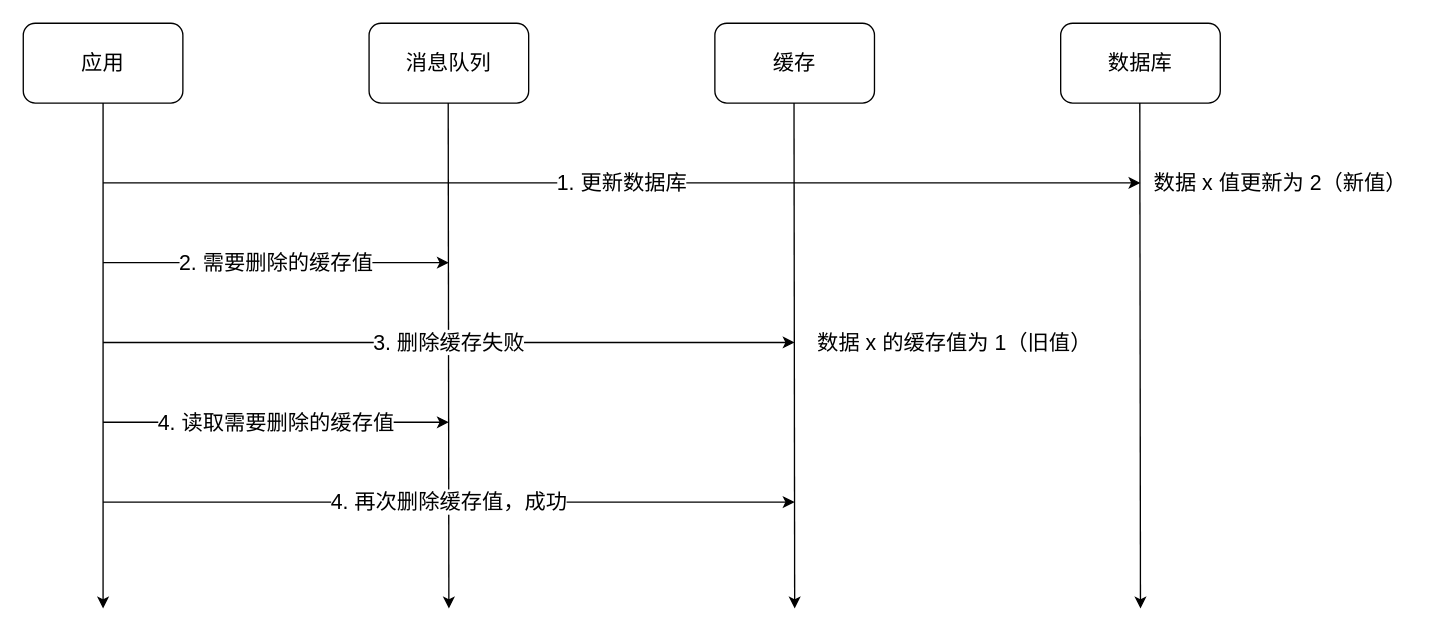
The draw.io diagram redis/缓存/删除缓存失败.drawio in xiaolincoder/ImageHost4, before the edit. Source tidied: cells renumbered, new cells numbered last; positions are measured from the earlier drawing's top-left corner, leaving out a move shared by most shapes. Both pictures are drawn from the tidied source at 133%, with x=0, y=0 at pixel (23, 23).
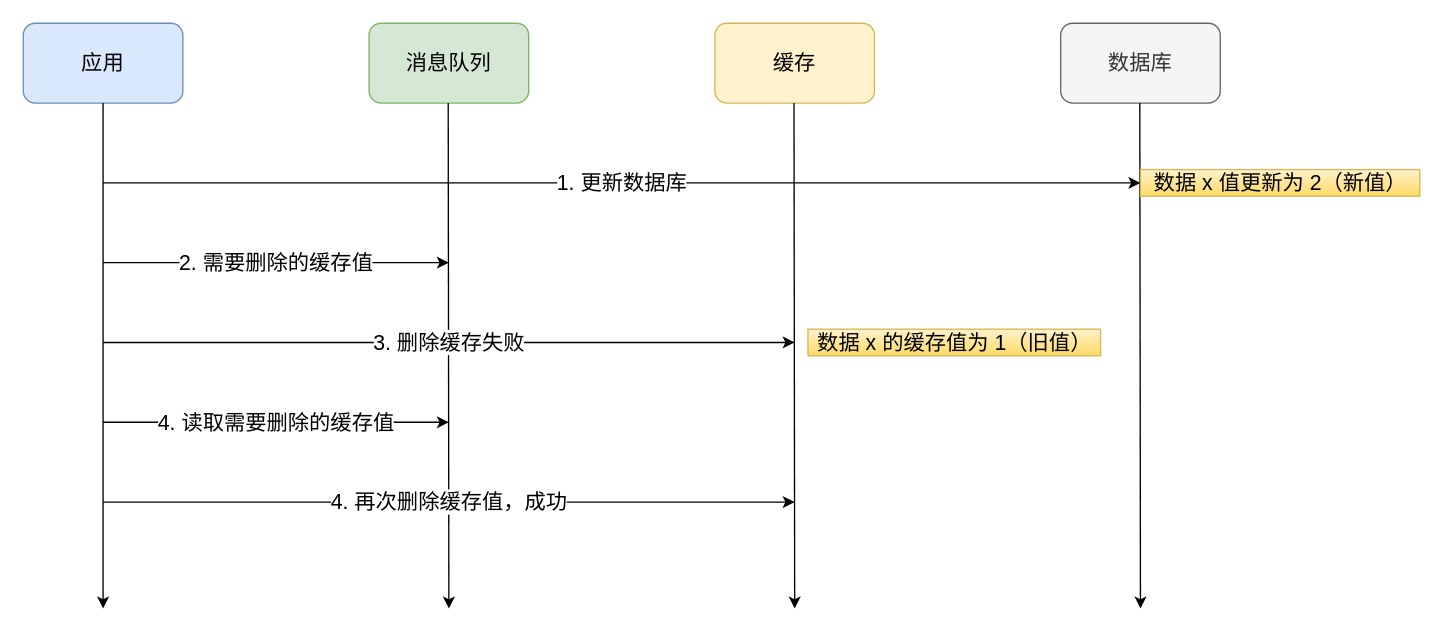
After the change.

Commit message (it also covers changes not shown here):
更新删除缓存失败.drawio

Change to the diagram source:
```diff
@@
-    <mxCell id="2" value="应用" style="rounded=1;whiteSpace=wrap;html=1;fontSize=16;" parent="1" vertex="1">
+    <mxCell id="2" value="应用" style="rounded=1;whiteSpace=wrap;html=1;fontSize=16;fillColor=#dae8fc;strokeColor=#6c8ebf;" parent="1" vertex="1">
       <mxGeometry width="120" height="60" as="geometry" />
     </mxCell>
-    <mxCell id="3" value="消息队列" style="rounded=1;whiteSpace=wrap;html=1;fontSize=16;" parent="1" vertex="1">
+    <mxCell id="3" value="消息队列" style="rounded=1;whiteSpace=wrap;html=1;fontSize=16;fillColor=#d5e8d4;strokeColor=#82b366;" parent="1" vertex="1">
       <mxGeometry x="260" width="120" height="60" as="geometry" />
     </mxCell>
-    <mxCell id="4" value="缓存" style="rounded=1;whiteSpace=wrap;html=1;fontSize=16;" parent="1" vertex="1">
+    <mxCell id="4" value="缓存" style="rounded=1;whiteSpace=wrap;html=1;fontSize=16;fillColor=#fff2cc;strokeColor=#d6b656;" parent="1" vertex="1">
       <mxGeometry x="520" width="120" height="60" as="geometry" />
     </mxCell>
-    <mxCell id="5" value="数据库" style="rounded=1;whiteSpace=wrap;html=1;fontSize=16;" parent="1" vertex="1">
+    <mxCell id="5" value="数据库" style="rounded=1;whiteSpace=wrap;html=1;fontSize=16;fillColor=#f5f5f5;strokeColor=#666666;fontColor=#333333;" parent="1" vertex="1">
       <mxGeometry x="780" width="120" height="60" as="geometry" />
     </mxCell>
@@
-    <mxCell id="15" value="数据 x 值更新为 2（新值）" style="text;html=1;align=center;verticalAlign=middle;strokeColor=none;fillColor=none;fontSize=16;" parent="1" vertex="1">
+    <mxCell id="15" value="数据 x 值更新为 2（新值）" style="text;html=1;align=center;verticalAlign=middle;strokeColor=#d6b656;fillColor=#fff2cc;fontSize=16;gradientColor=#ffd966;" parent="1" vertex="1">
       <mxGeometry x="840" y="110" width="210" height="20" as="geometry" />
     </mxCell>
-    <mxCell id="16" value="数据 x 的缓存值为 1（旧值）" style="text;html=1;align=center;verticalAlign=middle;strokeColor=none;fillColor=none;fontSize=16;" parent="1" vertex="1">
+    <mxCell id="16" value="数据 x 的缓存值为 1（旧值）" style="text;html=1;align=center;verticalAlign=middle;strokeColor=#d6b656;fillColor=#fff2cc;fontSize=16;gradientColor=#ffd966;" parent="1" vertex="1">
       <mxGeometry x="590" y="230" width="220" height="20" as="geometry" />
     </mxCell>
```
